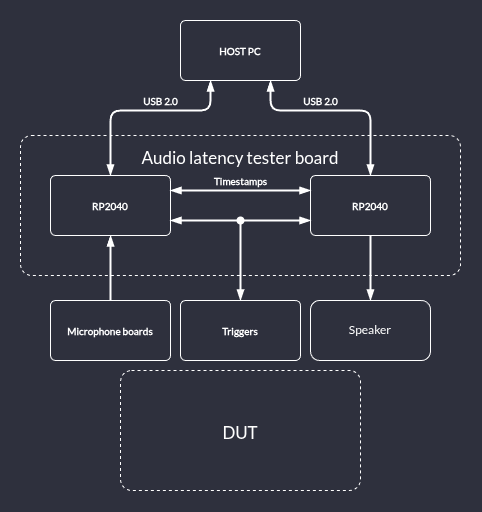
This is doc/source/img/audio-graph.png from antmicro/audio-latency-tester, a draw.io export, as it was before one commit. Source tidied: cells renumbered, new cells last; positions are measured from the earlier drawing's top-left corner, leaving out a move shared by most shapes.
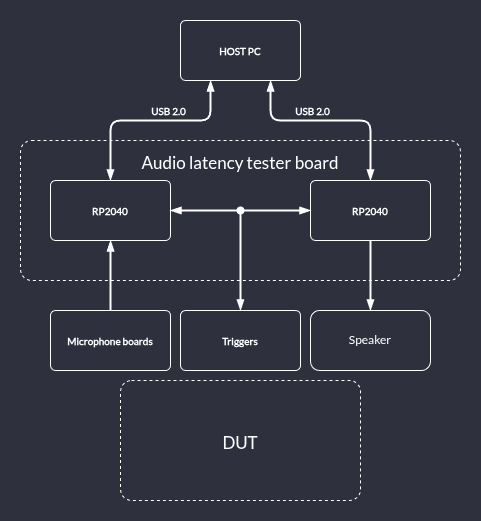
The same file after the commit.

Commit message:
[#75560] Update system architecture graph

The edit, as a diff of the source:
```diff
@@ -3,7 +3,7 @@
     <mxCell id="0" />
     <mxCell id="1" parent="0" />
     <mxCell id="2" value="Speaker" style="rounded=1;whiteSpace=wrap;html=1;labelBackgroundColor=none;fontColor=#FFFFFF;fillColor=none;strokeColor=#FFFFFF;fontFamily=Lato;fontSource=https%3A%2F%2Ffonts.googleapis.com%2Fcss%3Ffamily%3DLato;" parent="1" vertex="1">
-      <mxGeometry x="290" y="280" width="120" height="60" as="geometry" />
+      <mxGeometry x="290" y="300" width="120" height="60" as="geometry" />
     </mxCell>
     <mxCell id="3" value="&lt;div style=&quot;line-height: 170%; font-size: 10px;&quot;&gt;&lt;br&gt;&lt;/div&gt;" style="rounded=1;jettySize=auto;html=1;startArrow=blockThin;startFill=1;endArrow=none;endFill=1;endSize=6;fontSize=10;fontFamily=Lato;fontSource=https%3A%2F%2Ffonts.googleapis.com%2Fcss%3Ffamily%3DLato;fontColor=#FFFFFF;strokeWidth=2;fontStyle=1;strokeColor=#FFFFFF;spacing=0;labelBackgroundColor=none;verticalAlign=bottom;jumpStyle=arc;jumpSize=8;align=center;edgeStyle=orthogonalEdgeStyle;sourcePerimeterSpacing=2;targetPerimeterSpacing=2;entryX=0.5;entryY=0;entryDx=0;entryDy=0;exitX=0.5;exitY=1;exitDx=0;exitDy=0;" parent="1" edge="1" source="6" target="8">
       <mxGeometry relative="1" as="geometry">
@@ -13,45 +13,47 @@
         </Array>
       </mxGeometry>
     </mxCell>
-    <mxCell id="4" value="&lt;div style=&quot;line-height: 170%; font-size: 10px;&quot;&gt;Timestamps&lt;/div&gt;" style="rounded=1;jettySize=auto;html=1;startArrow=blockThin;startFill=1;endArrow=blockThin;endFill=1;endSize=6;fontSize=10;fontFamily=Lato;fontSource=https%3A%2F%2Ffonts.googleapis.com%2Fcss%3Ffamily%3DLato;fontColor=#FFFFFF;strokeWidth=2;fontStyle=1;strokeColor=#FFFFFF;entryX=1;entryY=0.25;entryDx=0;entryDy=0;spacing=0;labelBackgroundColor=none;verticalAlign=bottom;jumpStyle=arc;jumpSize=8;align=center;edgeStyle=orthogonalEdgeStyle;sourcePerimeterSpacing=2;targetPerimeterSpacing=2;exitX=0;exitY=0.25;exitDx=0;exitDy=0;" parent="1" edge="1" source="7" target="6">
-      <mxGeometry relative="1" as="geometry" />
-    </mxCell>
     <mxCell id="5" value="&lt;font&gt;HOST PC&lt;/font&gt;" style="rounded=1;whiteSpace=wrap;html=1;strokeWidth=1;fontFamily=Lato;fontSource=https%3A%2F%2Ffonts.googleapis.com%2Fcss%3Ffamily%3DLato;fontColor=#ffffff;fontStyle=1;strokeColor=#FFFFFF;fillColor=none;comic=0;fixDash=0;spacingLeft=0;spacingBottom=0;spacingRight=0;spacingTop=0;spacing=4;labelBackgroundColor=none;labelBorderColor=none;fontSize=10;absoluteArcSize=1;arcSize=10;align=center;verticalAlign=middle;" parent="1" vertex="1">
-      <mxGeometry x="160" width="120" height="60" as="geometry" />
+      <mxGeometry x="160" y="10" width="120" height="60" as="geometry" />
     </mxCell>
     <mxCell id="6" value="&lt;font&gt;RP2040&lt;/font&gt;" style="rounded=1;whiteSpace=wrap;html=1;strokeWidth=1;fontFamily=Lato;fontSource=https%3A%2F%2Ffonts.googleapis.com%2Fcss%3Ffamily%3DLato;fontColor=#ffffff;fontStyle=1;strokeColor=#FFFFFF;fillColor=none;comic=0;fixDash=0;spacingLeft=0;spacingBottom=0;spacingRight=0;spacingTop=0;spacing=4;labelBackgroundColor=none;labelBorderColor=none;fontSize=10;absoluteArcSize=1;arcSize=10;align=center;verticalAlign=middle;" parent="1" vertex="1">
-      <mxGeometry x="30" y="155" width="120" height="60" as="geometry" />
+      <mxGeometry x="30" y="170" width="120" height="60" as="geometry" />
     </mxCell>
     <mxCell id="7" value="&lt;font&gt;RP2040&lt;/font&gt;" style="rounded=1;whiteSpace=wrap;html=1;strokeWidth=1;fontFamily=Lato;fontSource=https%3A%2F%2Ffonts.googleapis.com%2Fcss%3Ffamily%3DLato;fontColor=#ffffff;fontStyle=1;strokeColor=#FFFFFF;fillColor=none;comic=0;fixDash=0;spacingLeft=0;spacingBottom=0;spacingRight=0;spacingTop=0;spacing=4;labelBackgroundColor=none;labelBorderColor=none;fontSize=10;absoluteArcSize=1;arcSize=10;align=center;verticalAlign=middle;" parent="1" vertex="1">
-      <mxGeometry x="290" y="155" width="120" height="60" as="geometry" />
+      <mxGeometry x="290" y="170" width="120" height="60" as="geometry" />
     </mxCell>
     <mxCell id="8" value="&lt;font&gt;Microphone boards&lt;/font&gt;" style="rounded=1;whiteSpace=wrap;html=1;strokeWidth=1;fontFamily=Lato;fontSource=https%3A%2F%2Ffonts.googleapis.com%2Fcss%3Ffamily%3DLato;fontColor=#ffffff;fontStyle=1;strokeColor=#FFFFFF;fillColor=none;comic=0;fixDash=0;spacingLeft=0;spacingBottom=0;spacingRight=0;spacingTop=0;spacing=4;labelBackgroundColor=none;labelBorderColor=none;fontSize=10;absoluteArcSize=1;arcSize=10;align=center;verticalAlign=middle;" parent="1" vertex="1">
-      <mxGeometry x="30" y="280" width="120" height="60" as="geometry" />
+      <mxGeometry x="30" y="300" width="120" height="60" as="geometry" />
     </mxCell>
     <mxCell id="9" value="&lt;div&gt;&lt;span style=&quot;background-color: transparent; color: light-dark(rgb(255, 255, 255), rgb(18, 18, 18));&quot;&gt;Triggers&lt;/span&gt;&lt;/div&gt;" style="rounded=1;whiteSpace=wrap;html=1;strokeWidth=1;fontFamily=Lato;fontSource=https%3A%2F%2Ffonts.googleapis.com%2Fcss%3Ffamily%3DLato;fontColor=#ffffff;fontStyle=1;strokeColor=#FFFFFF;fillColor=none;comic=0;fixDash=0;spacingLeft=0;spacingBottom=0;spacingRight=0;spacingTop=0;spacing=4;labelBackgroundColor=none;labelBorderColor=none;fontSize=10;absoluteArcSize=1;arcSize=10;align=center;verticalAlign=middle;" parent="1" vertex="1">
-      <mxGeometry x="160" y="280" width="120" height="60" as="geometry" />
+      <mxGeometry x="160" y="300" width="120" height="60" as="geometry" />
     </mxCell>
-    <mxCell id="10" value="&lt;div style=&quot;line-height: 170%; font-size: 10px;&quot;&gt;&lt;br&gt;&lt;/div&gt;" style="rounded=1;jettySize=auto;html=1;startArrow=blockThin;startFill=1;endArrow=blockThin;endFill=1;endSize=6;fontSize=10;fontFamily=Lato;fontSource=https%3A%2F%2Ffonts.googleapis.com%2Fcss%3Ffamily%3DLato;fontColor=#FFFFFF;strokeWidth=2;fontStyle=1;strokeColor=#FFFFFF;spacing=0;labelBackgroundColor=none;verticalAlign=bottom;jumpStyle=arc;jumpSize=8;align=center;edgeStyle=orthogonalEdgeStyle;sourcePerimeterSpacing=2;targetPerimeterSpacing=2;entryX=1;entryY=0.75;entryDx=0;entryDy=0;exitX=0;exitY=0.75;exitDx=0;exitDy=0;" parent="1" edge="1" source="7" target="6">
-      <mxGeometry relative="1" as="geometry" />
+    <mxCell id="10" value="&lt;div style=&quot;line-height: 170%; font-size: 10px;&quot;&gt;&lt;br&gt;&lt;/div&gt;" style="rounded=1;jettySize=auto;html=1;startArrow=blockThin;startFill=1;endArrow=blockThin;endFill=1;endSize=6;fontSize=10;fontFamily=Lato;fontSource=https%3A%2F%2Ffonts.googleapis.com%2Fcss%3Ffamily%3DLato;fontColor=#FFFFFF;strokeWidth=2;fontStyle=1;strokeColor=#FFFFFF;spacing=0;labelBackgroundColor=none;verticalAlign=bottom;jumpStyle=arc;jumpSize=8;align=center;edgeStyle=orthogonalEdgeStyle;sourcePerimeterSpacing=2;targetPerimeterSpacing=2;entryX=1;entryY=0.5;entryDx=0;entryDy=0;" parent="1" edge="1" target="6">
+      <mxGeometry relative="1" as="geometry">
+        <mxPoint x="290" y="200" as="sourcePoint" />
+        <Array as="points">
+          <mxPoint x="290" y="200" />
+        </Array>
+      </mxGeometry>
     </mxCell>
     <mxCell id="11" value="&lt;div style=&quot;line-height: 170%; font-size: 10px;&quot;&gt;USB 2.0&lt;/div&gt;" style="rounded=1;jettySize=auto;html=1;startArrow=blockThin;startFill=1;endArrow=blockThin;endFill=1;endSize=6;fontSize=10;fontFamily=Lato;fontSource=https%3A%2F%2Ffonts.googleapis.com%2Fcss%3Ffamily%3DLato;fontColor=#FFFFFF;strokeWidth=2;fontStyle=1;strokeColor=#FFFFFF;entryX=0.25;entryY=1;entryDx=0;entryDy=0;spacing=0;labelBackgroundColor=none;verticalAlign=bottom;jumpStyle=arc;jumpSize=8;align=center;edgeStyle=orthogonalEdgeStyle;sourcePerimeterSpacing=2;targetPerimeterSpacing=2;exitX=0.5;exitY=0;exitDx=0;exitDy=0;" parent="1" edge="1" source="6" target="5">
       <mxGeometry x="0.18" relative="1" as="geometry">
         <Array as="points">
-          <mxPoint x="90" y="90" />
-          <mxPoint x="190" y="90" />
+          <mxPoint x="90" y="110" />
+          <mxPoint x="190" y="110" />
         </Array>
       </mxGeometry>
     </mxCell>
     <mxCell id="12" value="&lt;div style=&quot;line-height: 170%; font-size: 10px;&quot;&gt;USB 2.0&lt;/div&gt;" style="rounded=1;jettySize=auto;html=1;startArrow=blockThin;startFill=1;endArrow=blockThin;endFill=1;endSize=6;fontSize=10;fontFamily=Lato;fontSource=https%3A%2F%2Ffonts.googleapis.com%2Fcss%3Ffamily%3DLato;fontColor=#FFFFFF;strokeWidth=2;fontStyle=1;strokeColor=#FFFFFF;entryX=0.5;entryY=0;entryDx=0;entryDy=0;spacing=0;exitX=0.75;exitY=1;exitDx=0;exitDy=0;labelBackgroundColor=none;verticalAlign=bottom;jumpStyle=arc;jumpSize=8;align=center;edgeStyle=orthogonalEdgeStyle;sourcePerimeterSpacing=2;targetPerimeterSpacing=2;" parent="1" edge="1" source="5" target="7">
       <mxGeometry x="-0.18" relative="1" as="geometry">
         <Array as="points">
-          <mxPoint x="250" y="90" />
-          <mxPoint x="350" y="90" />
+          <mxPoint x="250" y="110" />
+          <mxPoint x="350" y="110" />
         </Array>
       </mxGeometry>
     </mxCell>
     <mxCell id="13" value="&lt;span style=&quot;font-size: 17px; font-weight: 400;&quot;&gt;Audio latency tester board&lt;/span&gt;" style="rounded=1;whiteSpace=wrap;html=1;fontSize=12;arcSize=22;strokeWidth=1;fontFamily=Lato;fontSource=https%3A%2F%2Ffonts.googleapis.com%2Fcss%3Ffamily%3DLato;fontColor=#FFFFFF;dashed=1;strokeColor=#FFFFFF;fillColor=none;verticalAlign=top;horizontal=1;spacingTop=6;fontStyle=1;labelBackgroundColor=none;labelBorderColor=none;absoluteArcSize=1;" parent="1" vertex="1">
-      <mxGeometry y="115" width="440" height="140" as="geometry" />
+      <mxGeometry y="130" width="440" height="140" as="geometry" />
     </mxCell>
     <mxCell id="14" value="&lt;div style=&quot;line-height: 170%; font-size: 10px;&quot;&gt;&lt;br&gt;&lt;/div&gt;" style="rounded=1;jettySize=auto;html=1;startArrow=oval;startFill=1;endArrow=blockThin;endFill=1;endSize=6;fontSize=10;fontFamily=Lato;fontSource=https%3A%2F%2Ffonts.googleapis.com%2Fcss%3Ffamily%3DLato;fontColor=#FFFFFF;strokeWidth=2;fontStyle=1;strokeColor=#FFFFFF;spacing=0;labelBackgroundColor=none;verticalAlign=bottom;jumpStyle=arc;jumpSize=8;align=center;edgeStyle=orthogonalEdgeStyle;sourcePerimeterSpacing=2;targetPerimeterSpacing=2;entryX=0.5;entryY=0;entryDx=0;entryDy=0;" parent="1" edge="1" target="9">
       <mxGeometry relative="1" as="geometry">
@@ -63,7 +65,7 @@
       </mxGeometry>
     </mxCell>
     <mxCell id="15" value="&lt;div&gt;&lt;span style=&quot;font-size: 17px; font-weight: 400; background-color: transparent; color: light-dark(rgb(255, 255, 255), rgb(18, 18, 18));&quot;&gt;DUT&lt;/span&gt;&lt;/div&gt;" style="rounded=1;whiteSpace=wrap;html=1;fontSize=12;arcSize=22;strokeWidth=1;fontFamily=Lato;fontSource=https%3A%2F%2Ffonts.googleapis.com%2Fcss%3Ffamily%3DLato;fontColor=#FFFFFF;dashed=1;strokeColor=#FFFFFF;fillColor=none;verticalAlign=middle;horizontal=1;spacingTop=6;fontStyle=1;labelBackgroundColor=none;labelBorderColor=none;absoluteArcSize=1;" parent="1" vertex="1">
-      <mxGeometry x="100" y="350" width="240" height="120" as="geometry" />
+      <mxGeometry x="100" y="370" width="240" height="120" as="geometry" />
     </mxCell>
     <mxCell id="16" value="&lt;div style=&quot;line-height: 170%; font-size: 10px;&quot;&gt;&lt;br&gt;&lt;/div&gt;" style="rounded=1;jettySize=auto;html=1;startArrow=none;startFill=0;endArrow=blockThin;endFill=1;endSize=6;fontSize=10;fontFamily=Lato;fontSource=https%3A%2F%2Ffonts.googleapis.com%2Fcss%3Ffamily%3DLato;fontColor=#FFFFFF;strokeWidth=2;fontStyle=1;strokeColor=#FFFFFF;spacing=0;labelBackgroundColor=none;verticalAlign=bottom;jumpStyle=arc;jumpSize=8;align=center;edgeStyle=orthogonalEdgeStyle;sourcePerimeterSpacing=2;targetPerimeterSpacing=2;entryX=0.5;entryY=0;entryDx=0;entryDy=0;exitX=0.5;exitY=1;exitDx=0;exitDy=0;" parent="1" edge="1" source="7" target="2">
       <mxGeometry relative="1" as="geometry">
```
